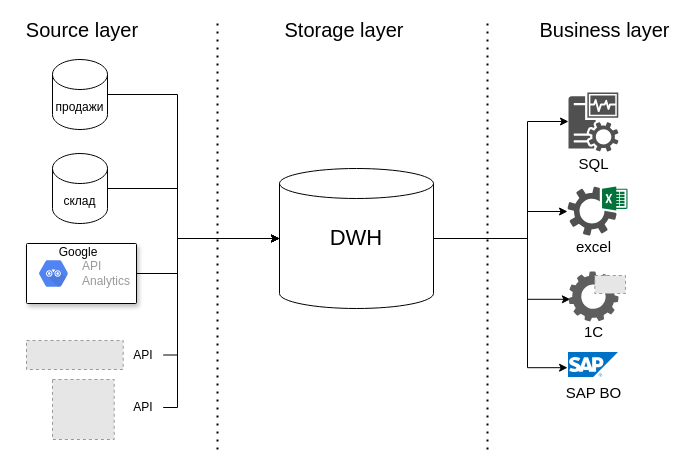
The draw.io diagram Module01/Архитектура аналитического решения.drawio in evstigraf/DE-101_Mihail_Li, before the edit. Source tidied: cells renumbered, new cells numbered last; positions are measured from the earlier drawing's top-left corner, leaving out a move shared by most shapes. Both pictures are drawn from the tidied source at 100%, with x=0, y=0 at pixel (17, 19). Pictures stored in the file or linked from it are replaced by grey dashed boxes.
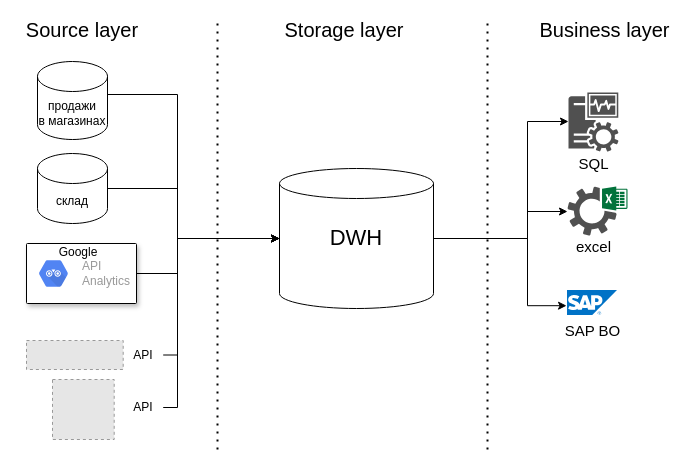
The same page after the edit.

Commit message (it also covers changes not shown here):
исправлен 1 модуль

The change refers to these unchanged cells:
```xml
<mxCell id="6" value="&lt;font style=&quot;font-size: 22px&quot;&gt;DWH&lt;br&gt;&lt;br&gt;&lt;/font&gt;" style="shape=cylinder3;whiteSpace=wrap;html=1;boundedLbl=1;backgroundOutline=1;size=15;" parent="1" vertex="1">
  <mxGeometry x="262" y="149" width="154" height="140" as="geometry" />
</mxCell>
```

Change to the diagram source:
```diff
@@
-    <mxCell id="4" style="edgeStyle=orthogonalEdgeStyle;rounded=0;jettySize=auto;html=1;entryX=0.037;entryY=0.556;entryDx=0;entryDy=0;entryPerimeter=0;" parent="1" edge="1" source="6" target="16">
-      <mxGeometry relative="1" as="geometry">
-        <Array as="points">
-          <mxPoint x="510" y="219" />
-          <mxPoint x="510" y="280" />
-        </Array>
-      </mxGeometry>
-    </mxCell>
     <mxCell id="5" style="edgeStyle=orthogonalEdgeStyle;rounded=0;jettySize=auto;html=1;entryX=-0.019;entryY=0.608;entryDx=0;entryDy=0;entryPerimeter=0;" parent="1" edge="1" source="6" target="18">
       <mxGeometry relative="1" as="geometry">
         <Array as="points">
           <mxPoint x="510" y="219" />
-          <mxPoint x="510" y="348" />
+          <mxPoint x="510" y="286" />
+          <mxPoint x="549" y="286" />
         </Array>
       </mxGeometry>
     </mxCell>
@@
-    <mxCell id="16" style="html=1;strokeColor=none;shadow=0;align=center;verticalAlign=top;shape=mxgraph.gcp2.gear;fillColor=#5E5E5E;" parent="1" vertex="1">
-      <mxGeometry x="551" y="252" width="50" height="50" as="geometry" />
-    </mxCell>
-    <mxCell id="17" value="&lt;font style=&quot;font-size: 15px&quot;&gt;1C&lt;/font&gt;" style="text;html=1;align=center;verticalAlign=middle;" parent="1" vertex="1">
-      <mxGeometry x="561" y="302" width="30" height="20" as="geometry" />
-    </mxCell>
     <mxCell id="18" style="html=1;points=[];align=center;image;fontSize=12;image=img/lib/mscae/SAP_HANA_on_Azure.svg;fillColor=#5E5E5E;" parent="1" vertex="1">
-      <mxGeometry x="551" y="333" width="50" height="25" as="geometry" />
+      <mxGeometry x="550" y="271" width="50" height="25" as="geometry" />
     </mxCell>
     <mxCell id="19" value="&lt;font style=&quot;font-size: 15px&quot;&gt;SAP BO&lt;/font&gt;" style="text;html=1;align=center;verticalAlign=middle;" parent="1" vertex="1">
-      <mxGeometry x="541" y="363" width="70" height="20" as="geometry" />
+      <mxGeometry x="540" y="301" width="70" height="20" as="geometry" />
     </mxCell>
-    <mxCell id="20" style="fillColor=#E6E6E6;strokeColor=#999999;dashed=1;verticalLabelPosition=bottom;labelBackgroundColor=#ffffff;verticalAlign=top;" parent="1" vertex="1">
-      <mxGeometry x="577.3" y="256" width="30.7" height="18" as="geometry" />
-    </mxCell>
@@
-    <mxCell id="22" value="продажи" style="shape=cylinder3;whiteSpace=wrap;html=1;boundedLbl=1;backgroundOutline=1;size=15;" parent="1" vertex="1">
-      <mxGeometry x="35" y="40" width="55" height="70" as="geometry" />
+    <mxCell id="22" value="продажи&lt;br&gt;в магазинах" style="shape=cylinder3;whiteSpace=wrap;html=1;boundedLbl=1;backgroundOutline=1;size=15;" parent="1" vertex="1">
+      <mxGeometry x="20" y="42" width="70" height="78" as="geometry" />
     </mxCell>
@@
     <mxCell id="24" value="склад" style="shape=cylinder3;whiteSpace=wrap;html=1;boundedLbl=1;backgroundOutline=1;size=15;" parent="1" vertex="1">
-      <mxGeometry x="35" y="134" width="55" height="70" as="geometry" />
+      <mxGeometry x="20" y="134" width="70" height="70" as="geometry" />
     </mxCell>
```
